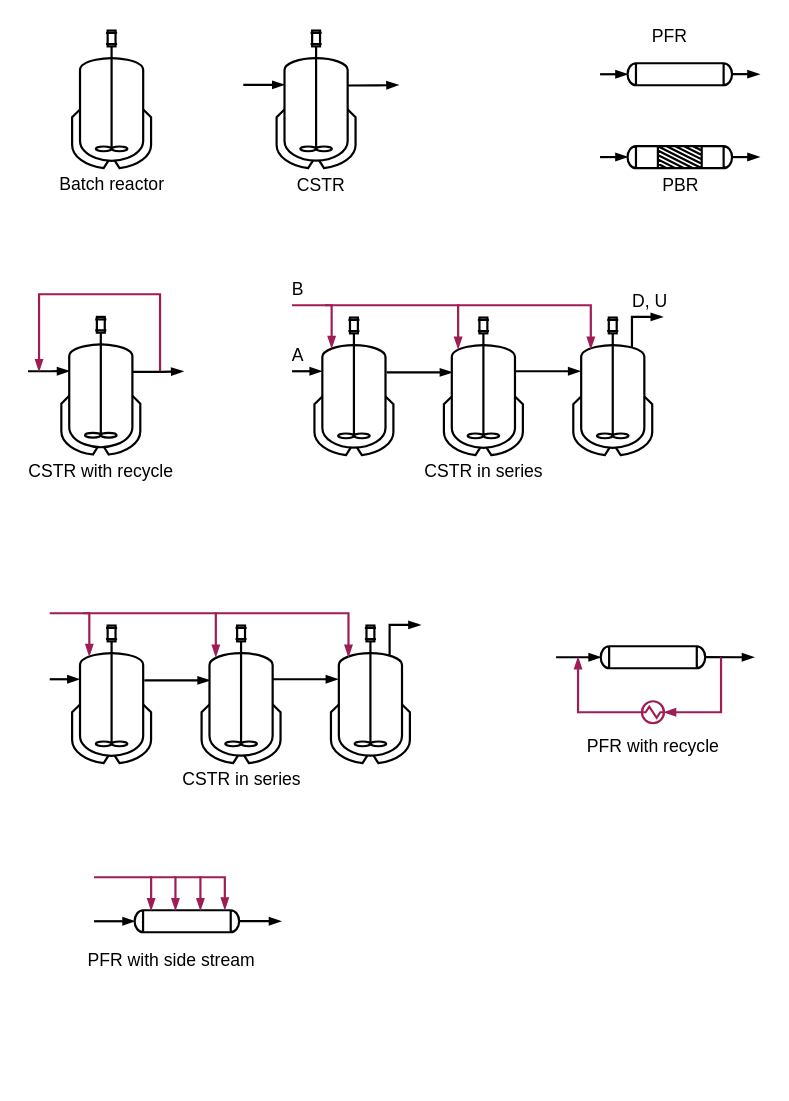
This is assets/images/reactor-configuration.drawio from rputikar/chemical-reaction-engineering, a draw.io file, before an edit. Source tidied: cells renumbered, new cells numbered last; positions are measured from the earlier drawing's top-left corner, leaving out a move shared by most shapes. Both pictures are drawn from the tidied source at 110%, with x=0, y=0 at pixel (18, 19).
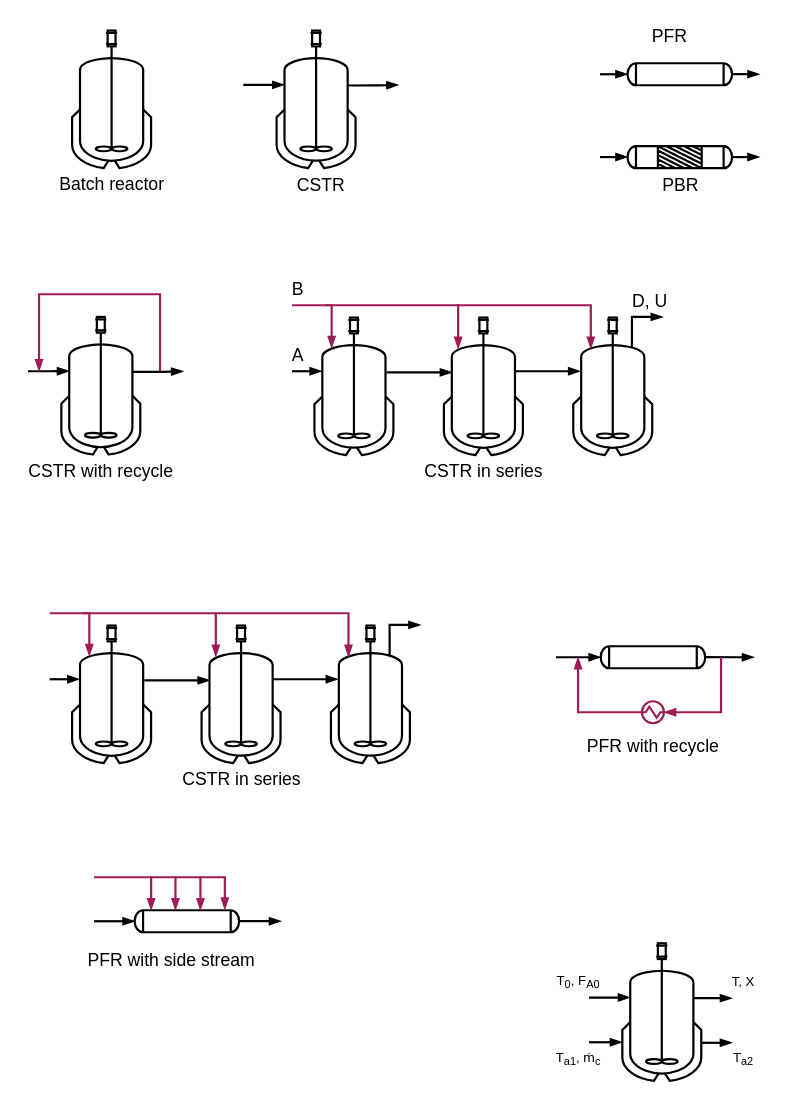
The same diagram, later.

Diff of the diagram source:
```diff
@@
+    <mxCell id="61" style="edgeStyle=orthogonalEdgeStyle;rounded=0;jettySize=auto;html=1;entryX=0.099;entryY=0.394;entryDx=0;entryDy=0;entryPerimeter=0;strokeWidth=2;strokeColor=default;align=center;verticalAlign=middle;fontFamily=Helvetica;fontSize=11;fontColor=default;labelBackgroundColor=default;endArrow=blockThin;endFill=1;" parent="1" edge="1" target="62">
+      <mxGeometry relative="1" as="geometry">
+        <mxPoint x="519" y="889.4" as="sourcePoint" />
+        <Array as="points">
+          <mxPoint x="539" y="889.4" />
+        </Array>
+      </mxGeometry>
+    </mxCell>
+    <mxCell id="62" style="shape=mxgraph.pid.vessels.jacketed_mixing_vessel;html=1;align=center;verticalLabelPosition=bottom;verticalAlign=middle;dashed=0;strokeWidth=2;rounded=0;strokeColor=default;fontFamily=Helvetica;fontSize=11;fontColor=default;labelBackgroundColor=default;" parent="1" vertex="1">
+      <mxGeometry x="549.2" y="840" width="71.9" height="125.1" as="geometry" />
+    </mxCell>
+    <mxCell id="63" style="edgeStyle=orthogonalEdgeStyle;rounded=0;jettySize=auto;html=1;exitX=0.9;exitY=0.399;exitDx=0;exitDy=0;exitPerimeter=0;strokeWidth=2;strokeColor=default;align=center;verticalAlign=middle;fontFamily=Helvetica;fontSize=11;fontColor=default;labelBackgroundColor=default;endArrow=blockThin;endFill=1;" parent="1" edge="1" source="62">
+      <mxGeometry relative="1" as="geometry">
+        <mxPoint x="649" y="889" as="targetPoint" />
+      </mxGeometry>
+    </mxCell>
+    <mxCell id="64" style="edgeStyle=orthogonalEdgeStyle;rounded=0;orthogonalLoop=1;jettySize=auto;html=1;entryX=0.099;entryY=0.394;entryDx=0;entryDy=0;entryPerimeter=0;strokeWidth=2;strokeColor=default;align=center;verticalAlign=middle;fontFamily=Helvetica;fontSize=11;fontColor=default;labelBackgroundColor=default;endArrow=blockThin;endFill=1;" parent="1" edge="1">
+      <mxGeometry relative="1" as="geometry">
+        <mxPoint x="519" y="930" as="sourcePoint" />
+        <mxPoint x="549" y="930" as="targetPoint" />
+        <Array as="points">
+          <mxPoint x="532" y="930.4" />
+        </Array>
+      </mxGeometry>
+    </mxCell>
+    <mxCell id="65" style="edgeStyle=orthogonalEdgeStyle;rounded=0;orthogonalLoop=1;jettySize=auto;html=1;exitX=0.9;exitY=0.399;exitDx=0;exitDy=0;exitPerimeter=0;strokeWidth=2;strokeColor=default;align=center;verticalAlign=middle;fontFamily=Helvetica;fontSize=11;fontColor=default;labelBackgroundColor=default;endArrow=blockThin;endFill=1;" parent="1" edge="1">
+      <mxGeometry relative="1" as="geometry">
+        <mxPoint x="621.1" y="930.5" as="sourcePoint" />
+        <mxPoint x="649" y="930" as="targetPoint" />
+      </mxGeometry>
+    </mxCell>
+    <mxCell id="66" value="T&lt;sub&gt;0&lt;/sub&gt;, F&lt;sub&gt;A0&lt;/sub&gt;" style="text;html=1;align=center;verticalAlign=middle;strokeColor=none;fillColor=none;fontFamily=IBM Plex sans;" parent="1" vertex="1">
+      <mxGeometry x="479" y="860" width="60" height="30" as="geometry" />
+    </mxCell>
+    <mxCell id="67" value="T, X" style="text;html=1;align=center;verticalAlign=middle;strokeColor=none;fillColor=none;fontFamily=IBM Plex sans;" parent="1" vertex="1">
+      <mxGeometry x="639" y="860" width="40" height="30" as="geometry" />
+    </mxCell>
+    <mxCell id="68" value="T&lt;sub&gt;a1&lt;/sub&gt;,&amp;nbsp;&lt;span style=&quot;font-family: &amp;quot;Source Sans Pro&amp;quot;, Roboto, &amp;quot;San Francisco&amp;quot;, &amp;quot;Segoe UI&amp;quot;, sans-serif; text-wrap: wrap; background-color: rgb(255, 255, 255);&quot;&gt;&lt;font style=&quot;font-size: 12px;&quot;&gt;ṁ&lt;/font&gt;&lt;/span&gt;&lt;sub&gt;c&lt;/sub&gt;" style="text;html=1;align=center;verticalAlign=middle;strokeColor=none;fillColor=none;fontFamily=IBM Plex sans;" parent="1" vertex="1">
+      <mxGeometry x="479" y="930" width="60" height="30" as="geometry" />
+    </mxCell>
+    <mxCell id="69" value="T&lt;sub&gt;a2&lt;/sub&gt;" style="text;html=1;align=center;verticalAlign=middle;strokeColor=none;fillColor=none;fontFamily=IBM Plex sans;" parent="1" vertex="1">
+      <mxGeometry x="639" y="930" width="40" height="30" as="geometry" />
+    </mxCell>
```
